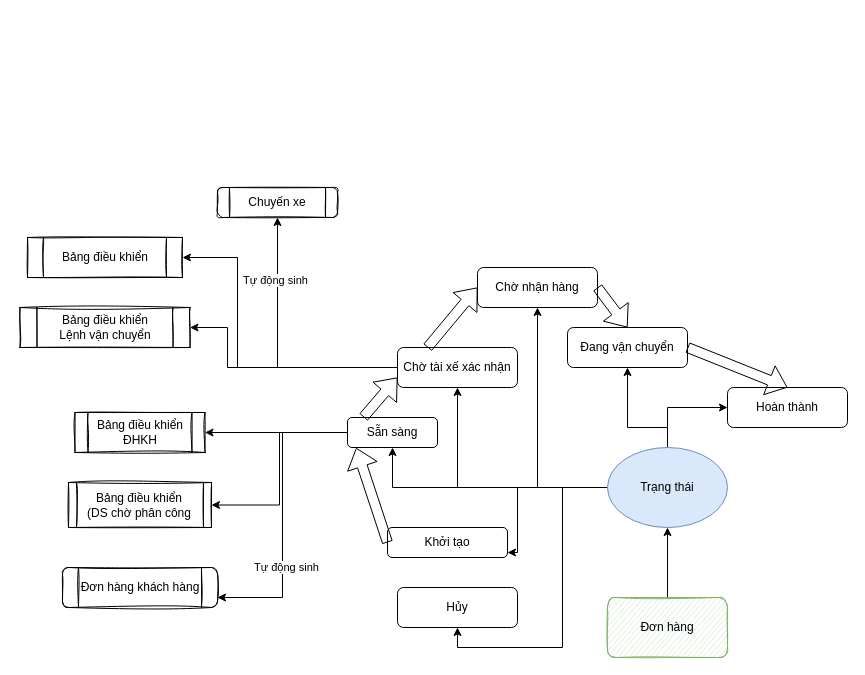
VanAnhTo/Blog keeps this draw.io diagram as page "Page-2" (2 of 2) of Untitled Diagram.drawio. Above is the earlier version. Source tidied: cells renumbered, new cells numbered last; positions are measured from the earlier drawing's top-left corner, leaving out a move shared by most shapes. Both pictures are drawn from the tidied source at 100%, with x=0, y=0 at pixel (19, 187).
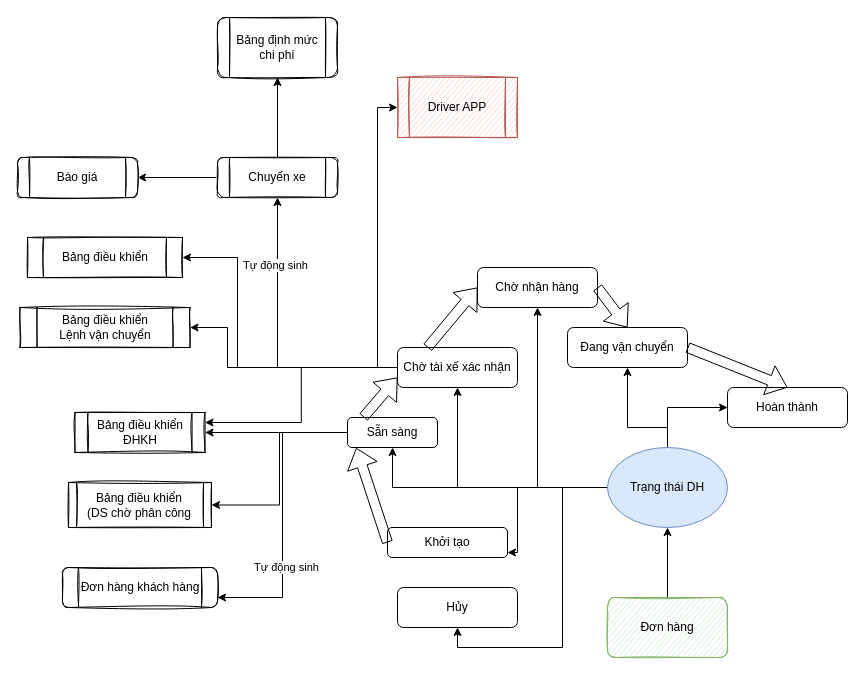
Above is the later version.

Unchanged cells that the change refers to:
```xml
<mxCell id="22" value="Chờ tài xế xác nhận" style="whiteSpace=wrap;html=1;rounded=1;" parent="1" vertex="1">
  <mxGeometry x="378" y="160" width="120" height="40" as="geometry" />
</mxCell>
<mxCell id="37" value="Bảng điều khiển&lt;br&gt;ĐHKH" style="shape=process;whiteSpace=wrap;html=1;backgroundOutline=1;shadow=0;glass=0;sketch=1;" parent="1" vertex="1">
  <mxGeometry x="55.5" y="225" width="130" height="40" as="geometry" />
</mxCell>
```

What changed in the source:
```diff
@@
-    <mxCell id="11" value="Trạng thái" style="ellipse;whiteSpace=wrap;html=1;rounded=1;fillColor=#dae8fc;strokeColor=#6c8ebf;" parent="1" vertex="1">
+    <mxCell id="11" value="Trạng thái DH" style="ellipse;whiteSpace=wrap;html=1;rounded=1;fillColor=#dae8fc;strokeColor=#6c8ebf;" parent="1" vertex="1">
       <mxGeometry x="588" y="260" width="120" height="80" as="geometry" />
     </mxCell>
@@
+    <mxCell id="38" style="edgeStyle=orthogonalEdgeStyle;rounded=0;jettySize=auto;html=1;entryX=0;entryY=0.5;entryDx=0;entryDy=0;exitX=0;exitY=0.5;exitDx=0;exitDy=0;" parent="1" edge="1" source="22" target="43">
+      <mxGeometry relative="1" as="geometry" />
+    </mxCell>
+    <mxCell id="39" style="edgeStyle=orthogonalEdgeStyle;rounded=0;jettySize=auto;html=1;entryX=1;entryY=0.25;entryDx=0;entryDy=0;" parent="1" edge="1" source="22" target="37">
+      <mxGeometry relative="1" as="geometry" />
+    </mxCell>
@@
+    <mxCell id="40" style="edgeStyle=orthogonalEdgeStyle;rounded=0;jettySize=auto;html=1;" parent="1" edge="1" source="32" target="42">
+      <mxGeometry relative="1" as="geometry" />
+    </mxCell>
+    <mxCell id="41" style="edgeStyle=orthogonalEdgeStyle;rounded=0;jettySize=auto;html=1;" parent="1" edge="1" source="32" target="44">
+      <mxGeometry relative="1" as="geometry" />
+    </mxCell>
     <mxCell id="32" value="Chuyến xe" style="shape=process;whiteSpace=wrap;html=1;backgroundOutline=1;rounded=1;sketch=1;" parent="1" vertex="1">
-      <mxGeometry x="198" width="120" height="30" as="geometry" />
+      <mxGeometry x="198" y="-30" width="120" height="40" as="geometry" />
     </mxCell>
@@
+    <mxCell id="42" value="Bảng định mức chi phí" style="shape=process;whiteSpace=wrap;html=1;backgroundOutline=1;rounded=1;sketch=1;" parent="1" vertex="1">
+      <mxGeometry x="198" y="-170" width="120" height="60" as="geometry" />
+    </mxCell>
+    <mxCell id="43" value="Driver APP" style="shape=process;whiteSpace=wrap;html=1;backgroundOutline=1;shadow=0;glass=0;sketch=1;fillColor=#f8cecc;strokeColor=#b85450;rounded=0;" parent="1" vertex="1">
+      <mxGeometry x="378" y="-110" width="120" height="60" as="geometry" />
+    </mxCell>
+    <mxCell id="44" value="Báo giá" style="shape=process;whiteSpace=wrap;html=1;backgroundOutline=1;rounded=1;sketch=1;" parent="1" vertex="1">
+      <mxGeometry x="-2" y="-30" width="120" height="40" as="geometry" />
+    </mxCell>
```
